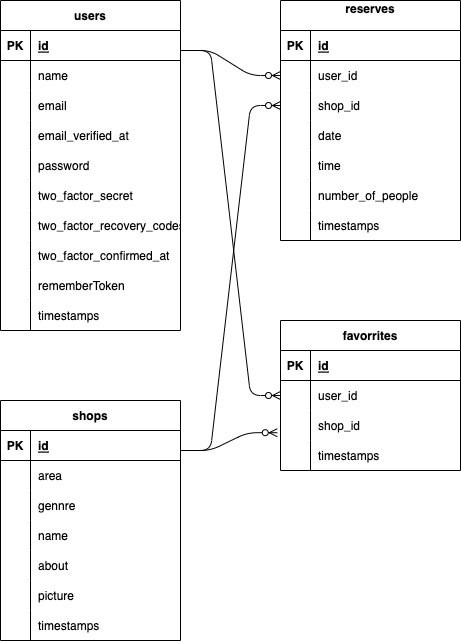
Above: Req/ER.drawio.png in EpilonPhoenix/Rese (draw.io), before the change. Source tidied: cells renumbered, new cells last; positions are measured from the earlier drawing's top-left corner, leaving out a move shared by most shapes.
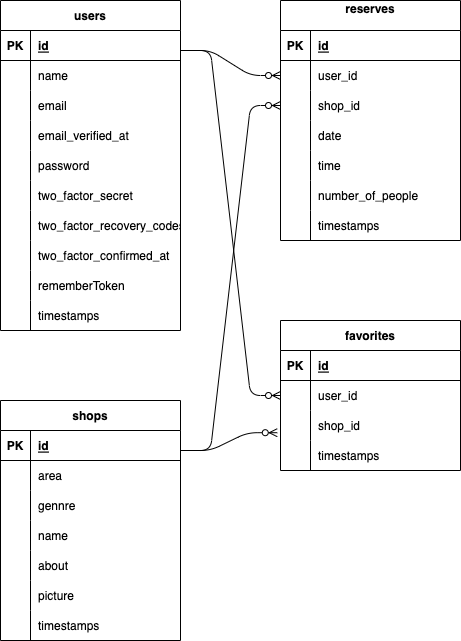
After the change.

The edit, as a diff of the source:
```diff
@@ -227,7 +227,7 @@
     <mxCell id="76" value="timestamps" style="shape=partialRectangle;fillColor=none;top=0;left=0;bottom=0;right=0;align=left;spacingLeft=6;overflow=hidden;" parent="74" vertex="1">
       <mxGeometry x="30" width="150" height="30" as="geometry" />
     </mxCell>
-    <mxCell id="77" value="favorrites" style="shape=table;startSize=30;rowLines=0;fontStyle=1;align=center;" parent="1" vertex="1">
+    <mxCell id="77" value="favorites" style="shape=table;startSize=30;rowLines=0;fontStyle=1;align=center;" parent="1" vertex="1">
       <mxGeometry x="280" y="320" width="180" height="150" as="geometry" />
     </mxCell>
     <mxCell id="78" style="shape=tableRow;horizontal=0;startSize=0;swimlaneHead=0;swimlaneBody=0;fillColor=none;top=0;left=0;right=0;bottom=1;" parent="77" vertex="1">
```
